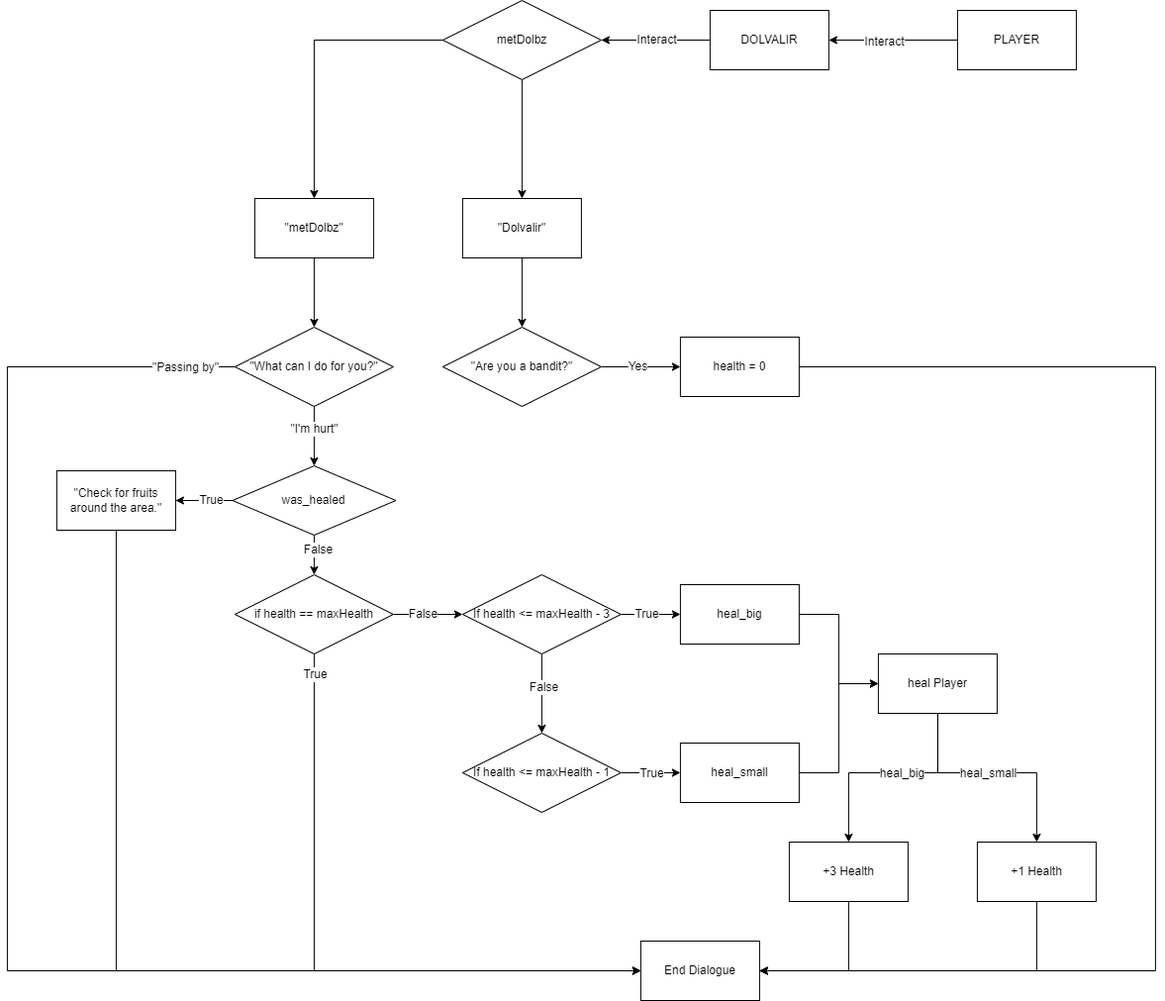
Before: deliverables/diagrams/Dolvalir.png, a diagram exported from draw.io (WSU-cshimizu/ceg4110-group-project-no-grads). Source tidied: cells renumbered, new cells last; positions are measured from the earlier drawing's top-left corner, leaving out a move shared by most shapes.
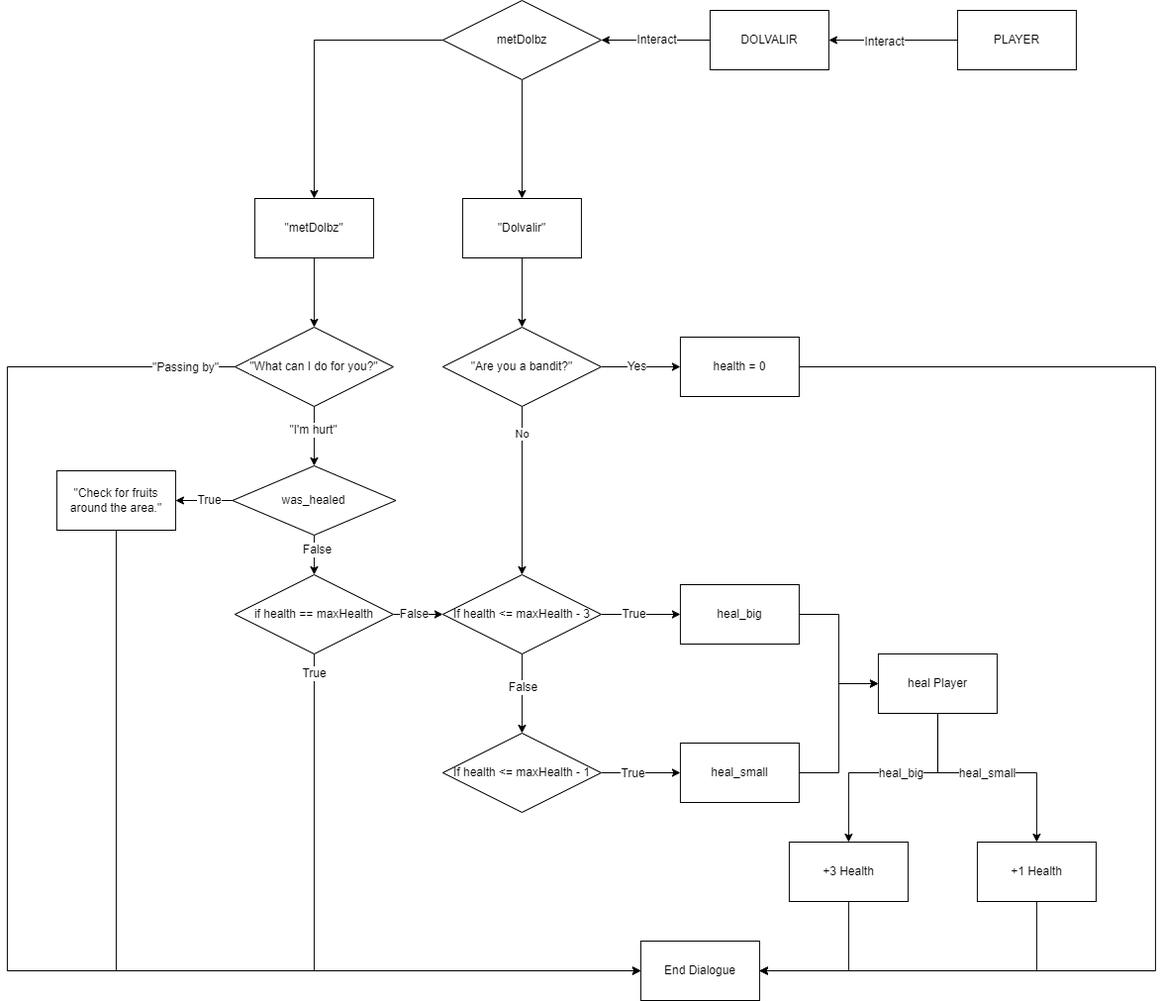
After the change.

The edit, as a diff of the source:
```diff
@@ -39,7 +39,7 @@
       <mxGeometry x="-0.16" y="1" relative="1" as="geometry" />
     </mxCell>
     <mxCell id="14" value="If health &amp;lt;= maxHealth - 3" style="rhombus;whiteSpace=wrap;html=1;hachureGap=4;" parent="1" vertex="1">
-      <mxGeometry x="459.9" y="580" width="160" height="80" as="geometry" />
+      <mxGeometry x="439.9" y="580" width="160" height="80" as="geometry" />
     </mxCell>
     <mxCell id="15" style="edgeStyle=orthogonalEdgeStyle;shape=connector;rounded=0;hachureGap=4;jettySize=auto;html=1;strokeColor=default;align=center;verticalAlign=middle;fontFamily=Helvetica;fontSize=12;fontColor=default;labelBackgroundColor=default;endArrow=classic;entryX=0;entryY=0.5;entryDx=0;entryDy=0;" parent="1" edge="1" source="17" target="30">
       <mxGeometry relative="1" as="geometry" />
@@ -50,7 +50,7 @@
       </mxGeometry>
     </mxCell>
     <mxCell id="17" value="If health &amp;lt;= maxHealth - 1" style="rhombus;whiteSpace=wrap;html=1;hachureGap=4;" parent="1" vertex="1">
-      <mxGeometry x="459.9" y="740" width="160" height="80" as="geometry" />
+      <mxGeometry x="439.9" y="740" width="160" height="80" as="geometry" />
     </mxCell>
     <mxCell id="18" style="edgeStyle=orthogonalEdgeStyle;shape=connector;rounded=0;hachureGap=4;jettySize=auto;html=1;strokeColor=default;align=center;verticalAlign=middle;fontFamily=Helvetica;fontSize=12;fontColor=default;labelBackgroundColor=default;endArrow=classic;" parent="1" edge="1" source="22" target="24">
       <mxGeometry relative="1" as="geometry">
@@ -137,6 +137,14 @@
     <mxCell id="38" value="Yes" style="edgeLabel;html=1;align=center;verticalAlign=middle;hachureGap=4;strokeColor=default;fontFamily=Helvetica;fontSource=https%3A%2F%2Ffonts.googleapis.com%2Fcss%3Ffamily%3DArchitects%2BDaughter;fontSize=12;fontColor=default;labelBackgroundColor=default;fillColor=default;" parent="37" vertex="1">
       <mxGeometry x="-0.1" y="1" relative="1" as="geometry" />
     </mxCell>
+    <mxCell id="59" style="edgeStyle=orthogonalEdgeStyle;hachureGap=4;jettySize=auto;html=1;entryX=0.5;entryY=0;entryDx=0;entryDy=0;fontFamily=Architects Daughter;fontSource=https%3A%2F%2Ffonts.googleapis.com%2Fcss%3Ffamily%3DArchitects%2BDaughter;rounded=0;curved=0;" parent="1" edge="1" source="39" target="14">
+      <mxGeometry relative="1" as="geometry" />
+    </mxCell>
+    <mxCell id="60" value="&lt;font face=&quot;Helvetica&quot;&gt;No&lt;/font&gt;" style="edgeLabel;html=1;align=center;verticalAlign=middle;sketch=1;hachureGap=4;jiggle=2;curveFitting=1;fontFamily=Architects Daughter;fontSource=https%3A%2F%2Ffonts.googleapis.com%2Fcss%3Ffamily%3DArchitects%2BDaughter;" parent="59" vertex="1">
+      <mxGeometry x="-0.35" y="3" relative="1" as="geometry">
+        <mxPoint x="-3" y="-28" as="offset" />
+      </mxGeometry>
+    </mxCell>
     <mxCell id="39" value="&quot;Are you a bandit?&quot;" style="rhombus;whiteSpace=wrap;html=1;hachureGap=4;" parent="1" vertex="1">
       <mxGeometry x="439.9" y="330" width="160" height="80" as="geometry" />
     </mxCell>
```
